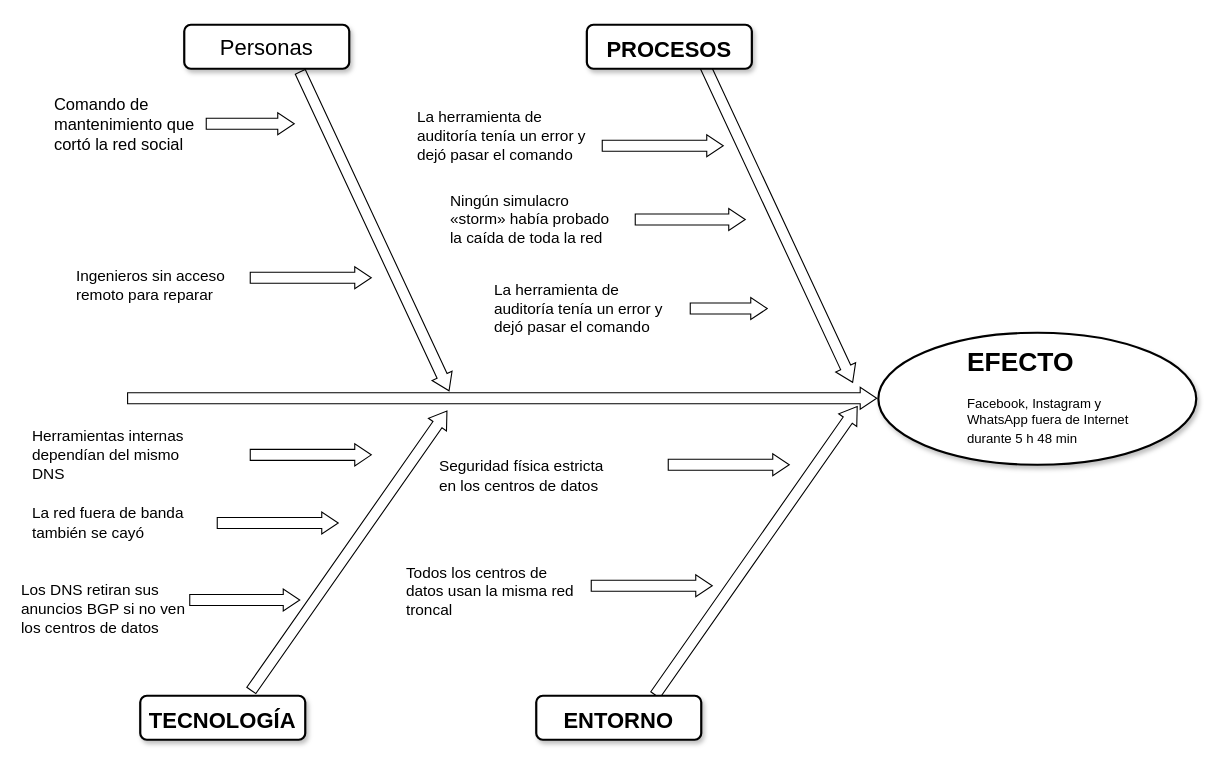
The draw.io diagram diagrama/ishikawa.drawio in DALBEZ-ROG/AD-FORM-AC-01-BBM, before the edit. Source tidied: cells renumbered, new cells numbered last; positions are measured from the earlier drawing's top-left corner, leaving out a move shared by most shapes. Both pictures are drawn from the tidied source at 110%, with x=0, y=0 at pixel (19, 23).
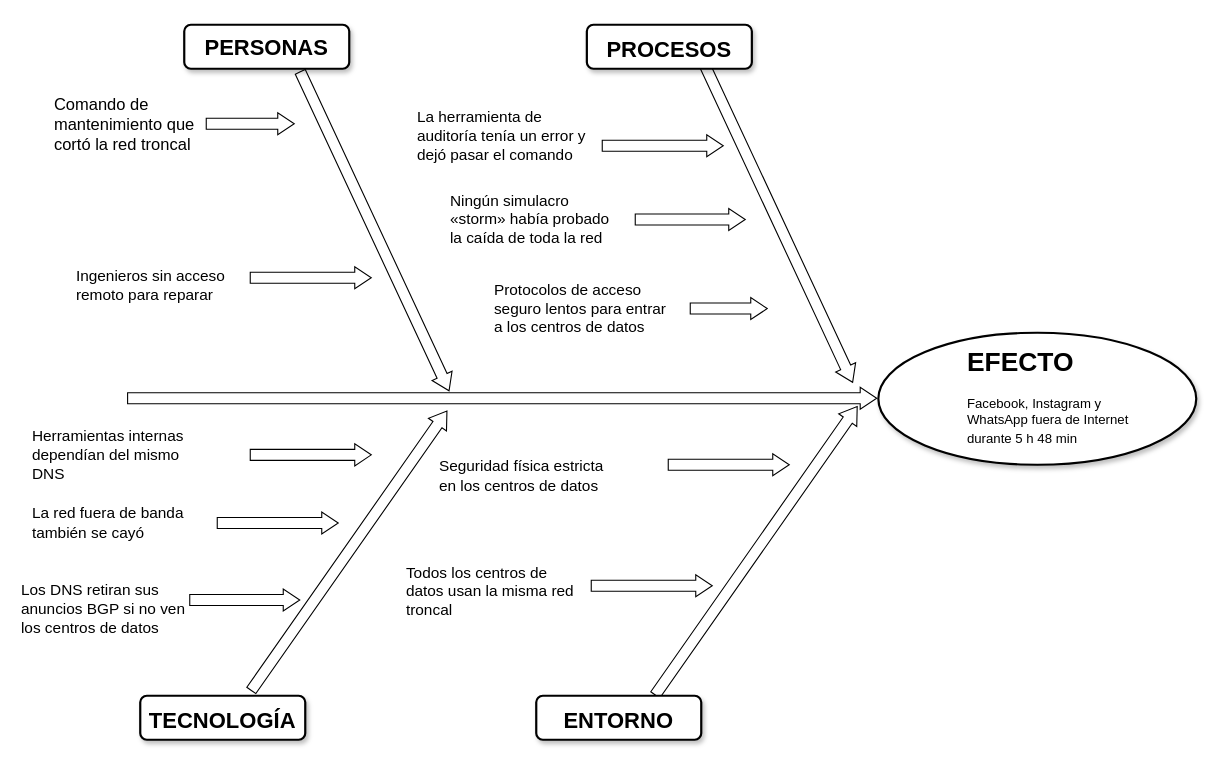
The same page after the edit.

Commit message (it also covers changes not shown here):
Subo correccion del diagrama

The edit, as a diff of the source:
```diff
@@
-    <mxCell id="7" value="Personas" style="rounded=1;whiteSpace=wrap;html=1;shadow=1;strokeWidth=2;fontSize=20;" parent="1" vertex="1">
+    <mxCell id="7" value="&lt;b&gt;PERSONAS&lt;/b&gt;" style="rounded=1;whiteSpace=wrap;html=1;shadow=1;strokeWidth=2;fontSize=20;" parent="1" vertex="1">
       <mxGeometry x="150" y="1" width="150" height="40" as="geometry" />
     </mxCell>
@@
-    <mxCell id="20" value="&lt;font style=&quot;font-size: 15px;&quot;&gt;Comando de mantenimiento que cortó la red social&lt;/font&gt;" style="text;html=1;whiteSpace=wrap;strokeColor=none;fillColor=none;align=left;verticalAlign=middle;rounded=0;" parent="1" vertex="1">
+    <mxCell id="20" value="&lt;font style=&quot;font-size: 15px;&quot;&gt;Comando de mantenimiento que cortó la red troncal&lt;/font&gt;" style="text;html=1;whiteSpace=wrap;strokeColor=none;fillColor=none;align=left;verticalAlign=middle;rounded=0;" parent="1" vertex="1">
       <mxGeometry x="30" y="60" width="160" height="62" as="geometry" />
     </mxCell>
@@
-    <mxCell id="26" value="&lt;span&gt;&lt;font style=&quot;font-size: 14px;&quot;&gt;La herramienta de auditoría tenía un error y dejó pasar el comando&lt;/font&gt;&lt;/span&gt;&lt;span class=&quot;&quot;&gt;&lt;sup class=&quot;superscript&quot;&gt;&lt;/sup&gt;&lt;/span&gt;" style="text;html=1;whiteSpace=wrap;strokeColor=none;fillColor=none;align=left;verticalAlign=middle;rounded=0;" parent="1" vertex="1">
+    <mxCell id="26" value="&lt;span&gt;&lt;font style=&quot;font-size: 14px;&quot;&gt;Protocolos de acceso seguro lentos para entrar a los centros de datos&lt;/font&gt;&lt;/span&gt;&lt;span class=&quot;&quot;&gt;&lt;sup class=&quot;superscript&quot;&gt;&lt;/sup&gt;&lt;/span&gt;" style="text;html=1;whiteSpace=wrap;strokeColor=none;fillColor=none;align=left;verticalAlign=middle;rounded=0;" parent="1" vertex="1">
       <mxGeometry x="430" y="228" width="160" height="62" as="geometry" />
     </mxCell>
```
